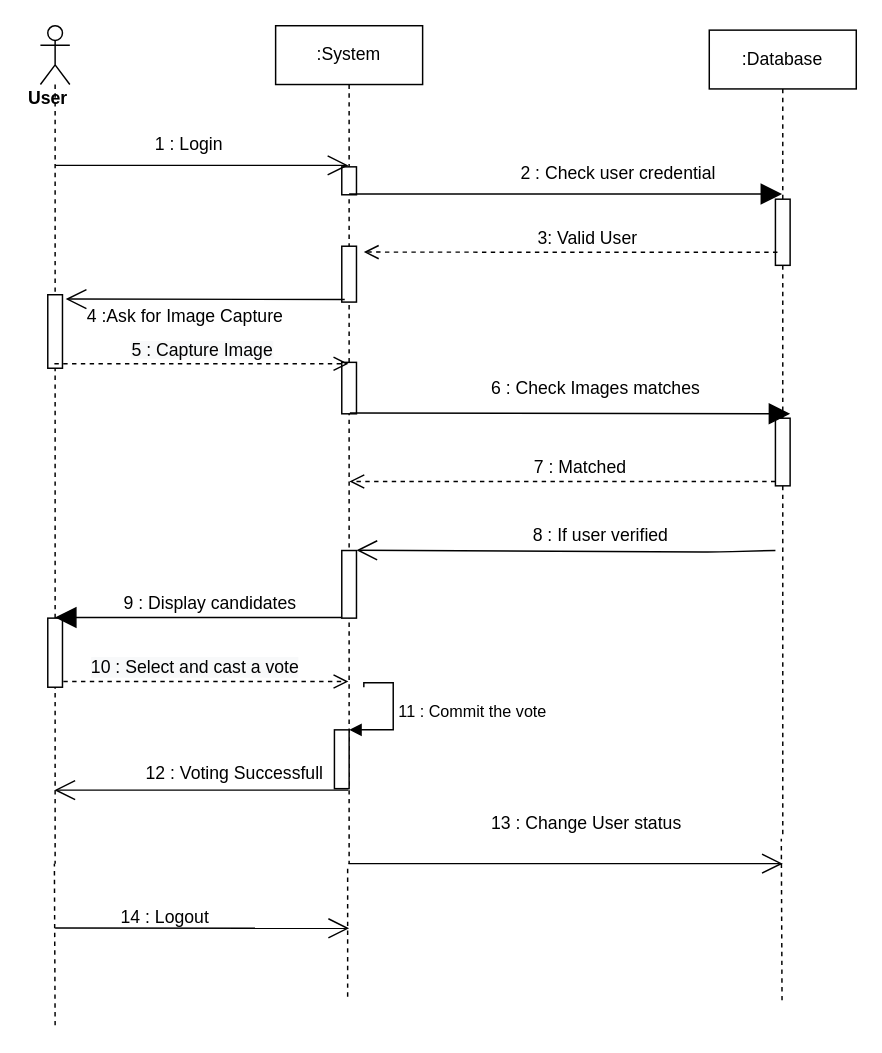
The draw.io diagram page "Page-1" (1 of 2) of Sequence2.drawio in matic14/BLockVote-UML-Diagram, before the edit. Source tidied: cells renumbered, new cells numbered last; positions are measured from the earlier drawing's top-left corner, leaving out a move shared by most shapes. Both pictures are drawn from the tidied source at 147%, with x=0, y=0 at pixel (25, 25).
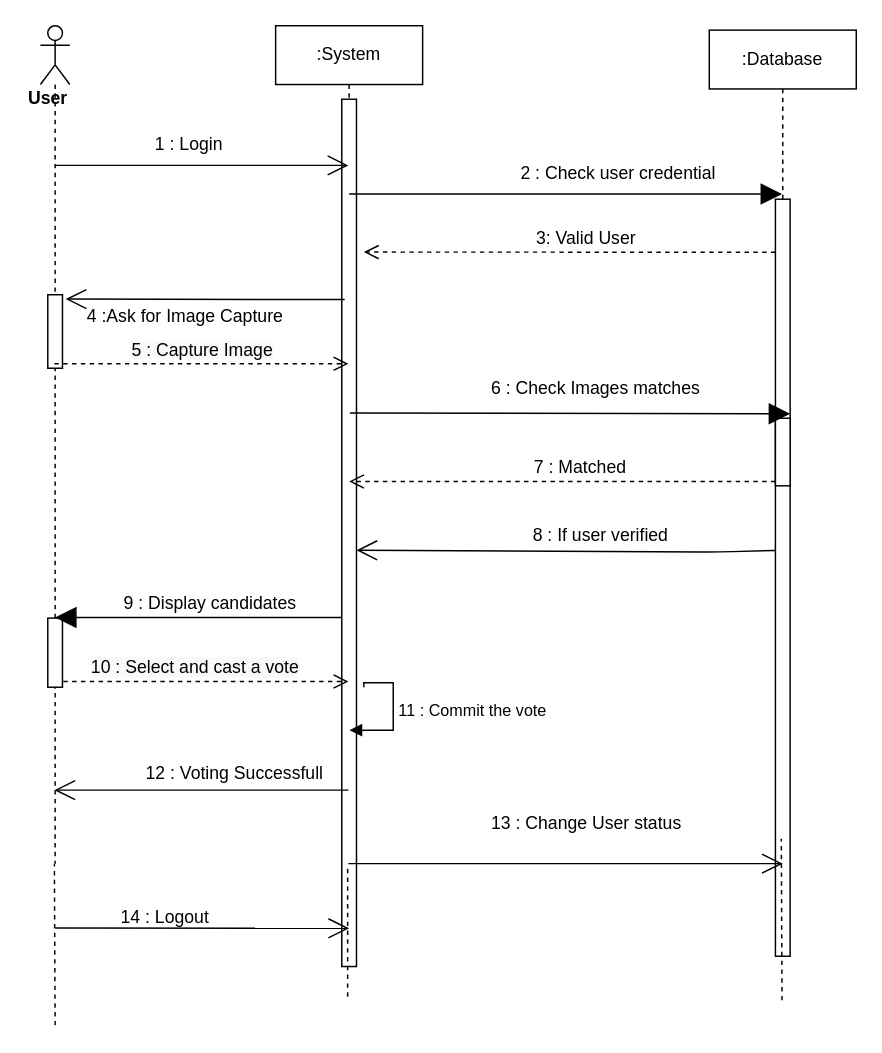
After the change.

The change refers to these unchanged cells:
```xml
<mxCell id="9" style="html=1;points=[];perimeter=orthogonalPerimeter;" parent="8" vertex="1">
  <mxGeometry x="5" y="183" width="10" height="50" as="geometry" />
</mxCell>
```

Diff of the diagram source:
```diff
@@
     <mxCell id="2" value=":System" style="shape=umlLifeline;perimeter=lifelinePerimeter;whiteSpace=wrap;html=1;outlineConnect=0;" parent="1" vertex="1">
-      <mxGeometry x="170" width="100" height="570" as="geometry" />
+      <mxGeometry x="170" width="100" height="640" as="geometry" />
     </mxCell>
     <mxCell id="3" style="html=1;perimeter=orthogonalPerimeter;" parent="2" vertex="1">
-      <mxGeometry x="45" y="96" width="10" height="19" as="geometry" />
+      <mxGeometry x="45" y="50" width="10" height="590" as="geometry" />
     </mxCell>
-    <mxCell id="4" style="html=1;points=[];perimeter=orthogonalPerimeter;" parent="2" vertex="1">
-      <mxGeometry x="40" y="479" width="10" height="40" as="geometry" />
-    </mxCell>
-    <mxCell id="5" value="11 : Commit the vote" style="edgeStyle=orthogonalEdgeStyle;html=1;align=left;spacingLeft=2;endArrow=block;rounded=0;entryX=1;entryY=0;" parent="2" edge="1" target="4">
+    <mxCell id="5" value="11 : Commit the vote" style="edgeStyle=orthogonalEdgeStyle;html=1;align=left;spacingLeft=2;endArrow=block;rounded=0;entryX=1;entryY=0;" parent="2" edge="1">
       <mxGeometry relative="1" as="geometry">
         <mxPoint x="60" y="450" as="sourcePoint" />
+        <mxPoint x="50.3" y="479.2" as="targetPoint" />
         <Array as="points">
           <mxPoint x="80" y="447" />
         </Array>
       </mxGeometry>
     </mxCell>
-    <mxCell id="6" style="html=1;points=[];perimeter=orthogonalPerimeter;" parent="2" vertex="1">
-      <mxGeometry x="45" y="150" width="10" height="38" as="geometry" />
-    </mxCell>
-    <mxCell id="7" style="html=1;perimeter=orthogonalPerimeter;" parent="2" vertex="1">
-      <mxGeometry x="45" y="229" width="10" height="35" as="geometry" />
-    </mxCell>
@@
     <mxCell id="13" value=":Database" style="shape=umlLifeline;perimeter=lifelinePerimeter;whiteSpace=wrap;html=1;outlineConnect=0;" parent="1" vertex="1">
-      <mxGeometry x="465" y="3" width="100" height="550" as="geometry" />
+      <mxGeometry x="465" y="3" width="100" height="630" as="geometry" />
     </mxCell>
     <mxCell id="14" style="html=1;points=[];perimeter=orthogonalPerimeter;" parent="13" vertex="1">
-      <mxGeometry x="45" y="115" width="10" height="45" as="geometry" />
+      <mxGeometry x="45" y="115" width="10" height="515" as="geometry" />
     </mxCell>
@@
-    <mxCell id="19" value="&lt;font style=&quot;font-size: 12px&quot;&gt;3: Valid User&lt;/font&gt;" style="html=1;verticalAlign=bottom;endArrow=open;dashed=1;endSize=8;exitX=0.137;exitY=0.802;exitDx=0;exitDy=0;exitPerimeter=0;" parent="1" edge="1" source="14">
+    <mxCell id="19" value="&lt;font style=&quot;font-size: 12px&quot;&gt;3: Valid User&lt;/font&gt;" style="html=1;verticalAlign=bottom;endArrow=open;dashed=1;endSize=8;exitX=0;exitY=0.07;exitDx=0;exitDy=0;exitPerimeter=0;" parent="1" edge="1" source="14">
       <mxGeometry x="-0.08" relative="1" as="geometry">
         <mxPoint x="230" y="154" as="targetPoint" />
       </mxGeometry>
     </mxCell>
-    <mxCell id="20" style="endArrow=open;endFill=1;endSize=12;html=1;exitX=0.201;exitY=0.954;exitDx=0;exitDy=0;exitPerimeter=0;entryX=1.218;entryY=0.059;entryDx=0;entryDy=0;entryPerimeter=0;" parent="1" edge="1" source="6" target="9">
-      <mxGeometry relative="1" as="geometry" />
+    <mxCell id="20" style="endArrow=open;endFill=1;endSize=12;html=1;exitX=0.201;exitY=0.954;exitDx=0;exitDy=0;exitPerimeter=0;entryX=1.218;entryY=0.059;entryDx=0;entryDy=0;entryPerimeter=0;" parent="1" edge="1" target="9">
+      <mxGeometry relative="1" as="geometry">
+        <mxPoint x="217" y="186.3" as="sourcePoint" />
+      </mxGeometry>
     </mxCell>
@@
     <mxCell id="24" value="&lt;font style=&quot;font-size: 12px&quot;&gt;7 : Matched&lt;/font&gt;" style="html=1;verticalAlign=bottom;endArrow=open;dashed=1;endSize=8;" parent="1" edge="1">
       <mxGeometry x="-0.08" relative="1" as="geometry">
         <mxPoint x="510" y="310" as="sourcePoint" />
-        <mxPoint x="220.2" y="310" as="targetPoint" />
+        <mxPoint x="220" y="310" as="targetPoint" />
       </mxGeometry>
     </mxCell>
-    <mxCell id="25" style="endArrow=open;endFill=1;endSize=12;html=1;entryX=0.999;entryY=-0.004;entryDx=0;entryDy=0;entryPerimeter=0;" parent="1" edge="1" target="33">
+    <mxCell id="25" style="endArrow=open;endFill=1;endSize=12;html=1;entryX=0.999;entryY=-0.004;entryDx=0;entryDy=0;entryPerimeter=0;" parent="1" edge="1">
       <mxGeometry relative="1" as="geometry">
         <mxPoint x="510" y="357" as="sourcePoint" />
+        <mxPoint x="225" y="356.8" as="targetPoint" />
         <Array as="points">
           <mxPoint x="470.5" y="358" />
         </Array>
       </mxGeometry>
     </mxCell>
@@
-    <mxCell id="33" style="html=1;points=[];perimeter=orthogonalPerimeter;" parent="1" vertex="1">
-      <mxGeometry x="215" y="357" width="10" height="46" as="geometry" />
-    </mxCell>
```
